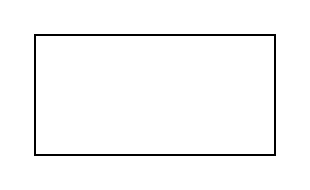
This is Untitled Diagram.drawio from ll-vv/HiH, a draw.io file, before an edit. Source tidied: cells renumbered, new cells numbered last; positions are measured from the earlier drawing's top-left corner, leaving out a move shared by most shapes. Both pictures are drawn from the tidied source at 200%, with x=0, y=0 at pixel (34, 34).
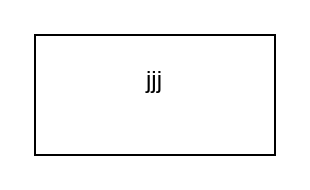
Above is the later version.

Diff of the diagram source:
```diff
@@
 <mxGraphModel>
   <root>
     <mxCell id="0" />
     <mxCell id="1" parent="0" />
-    <mxCell id="2" style="whiteSpace=wrap;html=1;" parent="1" vertex="1">
+    <mxCell id="2" value="&lt;div&gt;jjj&lt;/div&gt;&lt;div&gt;&lt;br&gt;&lt;/div&gt;" style="whiteSpace=wrap;html=1;" parent="1" vertex="1">
       <mxGeometry width="120" height="60" as="geometry" />
     </mxCell>
   </root>
 </mxGraphModel>
```
